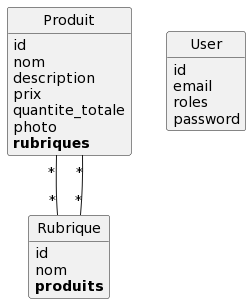
Earlier version of the PlantUML export puml/index.png (Maha1201/FR_Symfony).
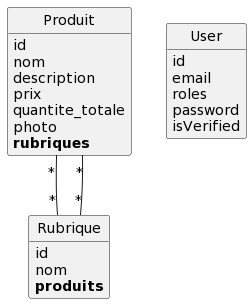
The same diagram one commit later.

The edit, as a diff of the source:
```diff
@@ -20,6 +20,7 @@
 	email
 	roles
 	password
+	isVerified
 }
 
 Produit "*"--"*" Rubrique
```
